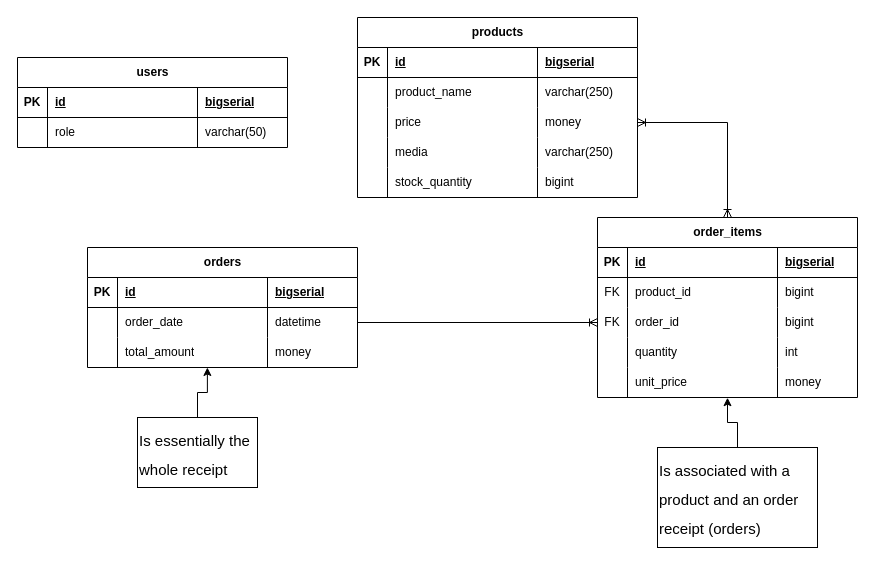
The draw.io diagram docs/diagrams/Entity-Relationship-Diagram.drawio in Scrappyz/Sari-Sari, before the edit. Source tidied: cells renumbered, new cells numbered last; positions are measured from the earlier drawing's top-left corner, leaving out a move shared by most shapes. Both pictures are drawn from the tidied source at 100%, with x=0, y=0 at pixel (17, 17).
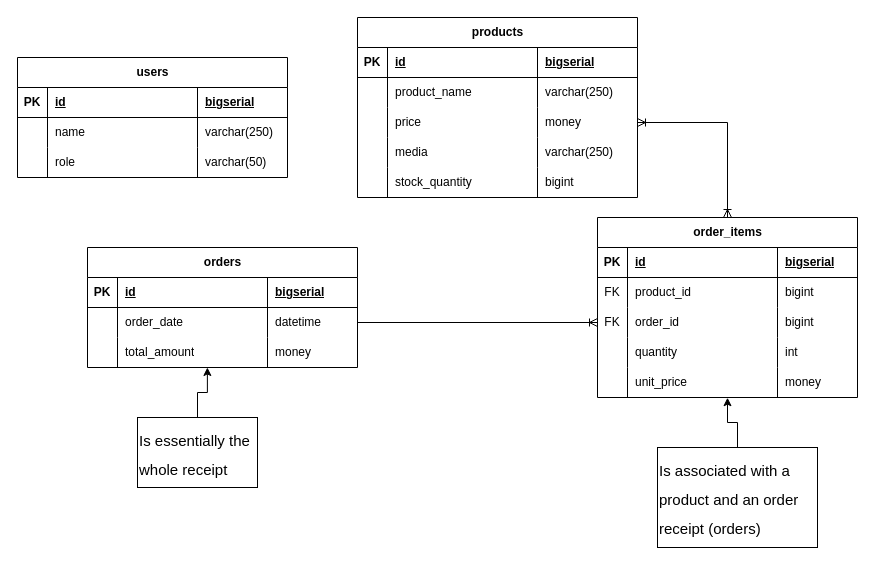
The same diagram, later.

What changed in the source:
```diff
@@
     <mxCell id="58" value="users" style="shape=table;startSize=30;childLayout=tableLayout;rowLines=0;fontStyle=1;align=center;html=1;" parent="1" vertex="1">
-      <mxGeometry y="40" width="270" height="90" as="geometry" />
+      <mxGeometry y="40" width="270" height="120" as="geometry" />
     </mxCell>
@@
+    <mxCell id="72" style="shape=tableRow;horizontal=0;startSize=0;swimlaneHead=0;swimlaneBody=0;fillColor=none;top=0;left=0;right=0;bottom=0;" parent="58" vertex="1">
+      <mxGeometry y="60" width="270" height="30" as="geometry" />
+    </mxCell>
+    <mxCell id="73" style="shape=partialRectangle;fillColor=none;top=0;left=0;bottom=0;right=0;overflow=hidden;whiteSpace=wrap;html=1;" parent="72" vertex="1">
+      <mxGeometry width="30" height="30" as="geometry" />
+    </mxCell>
+    <mxCell id="74" value="name" style="shape=partialRectangle;fillColor=none;top=0;left=0;bottom=0;right=0;align=left;spacingLeft=6;overflow=hidden;whiteSpace=wrap;html=1;" parent="72" vertex="1">
+      <mxGeometry x="30" width="150" height="30" as="geometry" />
+    </mxCell>
+    <mxCell id="75" value="varchar(250)" style="shape=partialRectangle;fillColor=none;top=0;left=0;bottom=0;right=0;align=left;spacingLeft=6;overflow=hidden;whiteSpace=wrap;html=1;" parent="72" vertex="1">
+      <mxGeometry x="180" width="90" height="30" as="geometry" />
+    </mxCell>
     <mxCell id="63" style="shape=tableRow;horizontal=0;startSize=0;swimlaneHead=0;swimlaneBody=0;fillColor=none;top=0;left=0;right=0;bottom=0;" parent="58" vertex="1">
-      <mxGeometry y="60" width="270" height="30" as="geometry" />
+      <mxGeometry y="90" width="270" height="30" as="geometry" />
     </mxCell>
```
